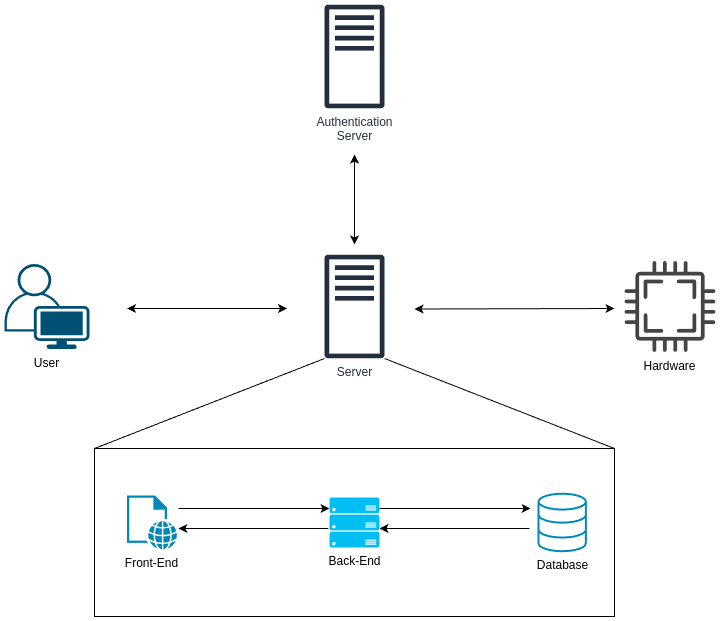
The draw.io diagram SystemInfrastracture.drawio.png in isel-remote-lab/documentation, before a commit. Source tidied: cells renumbered, new cells last; positions are measured from the earlier drawing's top-left corner, leaving out a move shared by most shapes.
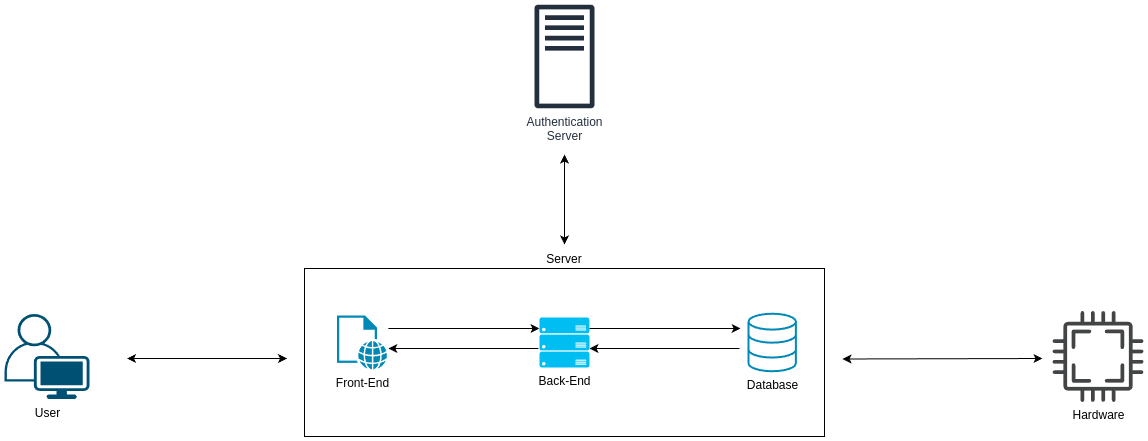
After the change.

Commit message:
Update system architecture diagram and user roles section

Change to the diagram source:
```diff
@@ -2,81 +2,83 @@
   <root>
     <mxCell id="0" />
     <mxCell id="1" parent="0" />
-    <mxCell id="2" style="endArrow=classic;startArrow=classic;html=1;rounded=0;entryX=0;entryY=0.5;entryDx=0;entryDy=0;" parent="1" edge="1">
-      <mxGeometry relative="1" as="geometry">
-        <mxPoint x="410" y="304.5" as="sourcePoint" />
-        <mxPoint x="610" y="304" as="targetPoint" />
-      </mxGeometry>
-    </mxCell>
-    <mxCell id="3" value="User" style="verticalLabelPosition=bottom;sketch=0;html=1;verticalAlign=top;align=center;shape=mxgraph.cisco19.user;fillColor=#005073;strokeColor=none;" parent="1" vertex="1">
-      <mxGeometry y="259.5" width="85" height="85" as="geometry" />
-    </mxCell>
-    <mxCell id="4" style="endArrow=classic;startArrow=classic;html=1;rounded=0;" parent="1" edge="1">
-      <mxGeometry relative="1" as="geometry">
-        <mxPoint x="122.5" y="304" as="sourcePoint" />
-        <mxPoint x="282.5" y="304" as="targetPoint" />
-      </mxGeometry>
-    </mxCell>
-    <mxCell id="5" value="Server" style="sketch=0;fontColor=#232F3E;gradientColor=none;fillColor=#232F3D;strokeColor=none;dashed=0;verticalLabelPosition=bottom;verticalAlign=top;align=center;html=1;fontSize=12;fontStyle=0;shape=mxgraph.aws4.traditional_server;" parent="1" vertex="1">
-      <mxGeometry x="320" y="250" width="60" height="104" as="geometry" />
-    </mxCell>
-    <mxCell id="6" style="endArrow=none;html=1;rounded=0;exitX=0;exitY=0;exitDx=0;exitDy=0;" parent="1" edge="1" source="8">
-      <mxGeometry relative="1" as="geometry">
-        <mxPoint x="320" y="354" as="targetPoint" />
-      </mxGeometry>
-    </mxCell>
-    <mxCell id="7" style="endArrow=none;html=1;rounded=0;exitX=1;exitY=0;exitDx=0;exitDy=0;" parent="1" edge="1" source="8">
-      <mxGeometry relative="1" as="geometry">
-        <mxPoint x="380" y="354" as="targetPoint" />
-      </mxGeometry>
-    </mxCell>
+    <mxCell id="19" style="group;" parent="1" vertex="1">
+      <mxGeometry x="90" y="214" width="520" height="168" as="geometry" />
+    </mxCell>
-    <mxCell id="8" style="whiteSpace=wrap;html=1;fillColor=none;labelPosition=center;verticalLabelPosition=top;align=center;verticalAlign=bottom;" parent="1" vertex="1">
-      <mxGeometry x="90" y="444" width="520" height="168" as="geometry" />
+    <mxCell id="8" value="Server" style="whiteSpace=wrap;html=1;fillColor=none;labelPosition=center;verticalLabelPosition=top;align=center;verticalAlign=bottom;" parent="19" vertex="1">
+      <mxGeometry width="520" height="168" as="geometry" />
     </mxCell>
+    <mxCell id="20" style="group;" parent="19" vertex="1">
+      <mxGeometry x="32.5" y="45.2" width="458.9" height="57.5" as="geometry" />
+    </mxCell>
-    <mxCell id="9" value="Back-End" style="verticalLabelPosition=bottom;html=1;verticalAlign=top;align=center;strokeColor=none;fillColor=#00BEF2;shape=mxgraph.azure.server_rack;" parent="1" vertex="1">
-      <mxGeometry x="325" y="493" width="50" height="50" as="geometry" />
+    <mxCell id="9" value="Back-End" style="verticalLabelPosition=bottom;html=1;verticalAlign=top;align=center;strokeColor=none;fillColor=#00BEF2;shape=mxgraph.azure.server_rack;" parent="20" vertex="1">
+      <mxGeometry x="202.5" y="3.8" width="50" height="50" as="geometry" />
     </mxCell>
-    <mxCell id="10" value="Database" style="html=1;verticalLabelPosition=bottom;align=center;labelBackgroundColor=#ffffff;verticalAlign=top;strokeWidth=2;strokeColor=#0089B6;shadow=0;dashed=0;shape=mxgraph.ios7.icons.data;fillColor=none;" parent="1" vertex="1">
-      <mxGeometry x="534" y="489.2" width="47.4" height="57.5" as="geometry" />
+    <mxCell id="10" value="Database" style="html=1;verticalLabelPosition=bottom;align=center;labelBackgroundColor=#ffffff;verticalAlign=top;strokeWidth=2;strokeColor=#0089B6;shadow=0;dashed=0;shape=mxgraph.ios7.icons.data;fillColor=none;" parent="20" vertex="1">
+      <mxGeometry x="411.5" width="47.4" height="57.5" as="geometry" />
     </mxCell>
-    <mxCell id="11" value="&lt;font style=&quot;color: light-dark(rgb(5, 5, 5), transparent);&quot;&gt;Front-End&lt;/font&gt;" style="sketch=0;shadow=0;dashed=0;html=1;strokeColor=none;fillColor=#0089B6;labelPosition=center;verticalLabelPosition=bottom;verticalAlign=top;align=center;shape=mxgraph.office.concepts.web_page;fontColor=#ffffff;" parent="1" vertex="1">
-      <mxGeometry x="122.5" y="491" width="50" height="54" as="geometry" />
+    <mxCell id="11" value="&lt;font style=&quot;color: light-dark(rgb(5, 5, 5), transparent);&quot;&gt;Front-End&lt;/font&gt;" style="sketch=0;shadow=0;dashed=0;html=1;strokeColor=none;fillColor=#0089B6;labelPosition=center;verticalLabelPosition=bottom;verticalAlign=top;align=center;shape=mxgraph.office.concepts.web_page;fontColor=#ffffff;" parent="20" vertex="1">
+      <mxGeometry y="1.8" width="50" height="54" as="geometry" />
     </mxCell>
-    <mxCell id="12" style="endArrow=classic;html=1;" parent="1" edge="1">
+    <mxCell id="12" style="endArrow=classic;html=1;" parent="20" edge="1">
       <mxGeometry relative="1" as="geometry">
-        <mxPoint x="173.9" y="504" as="sourcePoint" />
-        <mxPoint x="325" y="504" as="targetPoint" />
+        <mxPoint x="51.4" y="14.8" as="sourcePoint" />
+        <mxPoint x="202.5" y="14.8" as="targetPoint" />
       </mxGeometry>
     </mxCell>
-    <mxCell id="13" style="endArrow=classic;html=1;rounded=0;" parent="1" edge="1">
+    <mxCell id="13" style="endArrow=classic;html=1;rounded=0;" parent="20" edge="1">
       <mxGeometry relative="1" as="geometry">
-        <mxPoint x="323.9" y="524" as="sourcePoint" />
-        <mxPoint x="173.9" y="524" as="targetPoint" />
+        <mxPoint x="201.4" y="34.8" as="sourcePoint" />
+        <mxPoint x="51.4" y="34.8" as="targetPoint" />
       </mxGeometry>
     </mxCell>
-    <mxCell id="14" style="endArrow=classic;html=1;" parent="1" edge="1">
+    <mxCell id="14" style="endArrow=classic;html=1;" parent="20" edge="1">
       <mxGeometry relative="1" as="geometry">
-        <mxPoint x="375" y="504" as="sourcePoint" />
-        <mxPoint x="526.1" y="504" as="targetPoint" />
+        <mxPoint x="252.5" y="14.8" as="sourcePoint" />
+        <mxPoint x="403.6" y="14.8" as="targetPoint" />
       </mxGeometry>
     </mxCell>
-    <mxCell id="15" style="endArrow=classic;html=1;rounded=0;" parent="1" edge="1">
+    <mxCell id="15" style="endArrow=classic;html=1;rounded=0;" parent="20" edge="1">
       <mxGeometry relative="1" as="geometry">
-        <mxPoint x="525" y="524" as="sourcePoint" />
-        <mxPoint x="375" y="524" as="targetPoint" />
+        <mxPoint x="402.5" y="34.8" as="sourcePoint" />
+        <mxPoint x="252.5" y="34.8" as="targetPoint" />
       </mxGeometry>
     </mxCell>
+    <mxCell id="21" style="group;" parent="1" vertex="1">
+      <mxGeometry x="-210" y="259.5" width="282.5" height="85" as="geometry" />
+    </mxCell>
+    <mxCell id="3" value="User" style="verticalLabelPosition=bottom;sketch=0;html=1;verticalAlign=top;align=center;shape=mxgraph.cisco19.user;fillColor=#005073;strokeColor=none;" parent="21" vertex="1">
+      <mxGeometry width="85" height="85" as="geometry" />
+    </mxCell>
+    <mxCell id="4" style="endArrow=classic;startArrow=classic;html=1;rounded=0;" parent="21" edge="1">
+      <mxGeometry relative="1" as="geometry">
+        <mxPoint x="122.5" y="44.5" as="sourcePoint" />
+        <mxPoint x="282.5" y="44.5" as="targetPoint" />
+      </mxGeometry>
+    </mxCell>
+    <mxCell id="22" style="group;" parent="1" vertex="1">
+      <mxGeometry x="320" y="-50" width="60" height="240" as="geometry" />
+    </mxCell>
-    <mxCell id="16" value="Authentication&lt;div&gt;Server&lt;/div&gt;" style="sketch=0;fontColor=#232F3E;gradientColor=none;fillColor=#232F3D;strokeColor=none;dashed=0;verticalLabelPosition=bottom;verticalAlign=top;align=center;html=1;fontSize=12;fontStyle=0;shape=mxgraph.aws4.traditional_server;" parent="1" vertex="1">
-      <mxGeometry x="320" width="60" height="104" as="geometry" />
+    <mxCell id="16" value="Authentication&lt;div&gt;Server&lt;/div&gt;" style="sketch=0;fontColor=#232F3E;gradientColor=none;fillColor=#232F3D;strokeColor=none;dashed=0;verticalLabelPosition=bottom;verticalAlign=top;align=center;html=1;fontSize=12;fontStyle=0;shape=mxgraph.aws4.traditional_server;" parent="22" vertex="1">
+      <mxGeometry width="60" height="104" as="geometry" />
     </mxCell>
-    <mxCell id="17" style="endArrow=classic;startArrow=classic;html=1;rounded=0;" parent="1" edge="1">
+    <mxCell id="17" style="endArrow=classic;startArrow=classic;html=1;rounded=0;" parent="22" edge="1">
       <mxGeometry relative="1" as="geometry">
-        <mxPoint x="350" y="240" as="sourcePoint" />
-        <mxPoint x="350" y="150" as="targetPoint" />
+        <mxPoint x="30" y="240" as="sourcePoint" />
+        <mxPoint x="30" y="150" as="targetPoint" />
       </mxGeometry>
     </mxCell>
+    <mxCell id="23" style="group;" parent="1" vertex="1">
+      <mxGeometry x="628" y="256.5" width="301" height="91" as="geometry" />
+    </mxCell>
+    <mxCell id="2" style="endArrow=classic;startArrow=classic;html=1;rounded=0;entryX=0;entryY=0.5;entryDx=0;entryDy=0;" parent="23" edge="1">
+      <mxGeometry relative="1" as="geometry">
+        <mxPoint y="48" as="sourcePoint" />
+        <mxPoint x="200" y="47.5" as="targetPoint" />
+      </mxGeometry>
+    </mxCell>
-    <mxCell id="18" value="Hardware" style="sketch=0;shadow=0;dashed=0;html=1;strokeColor=none;fillColor=#434445;labelPosition=center;verticalLabelPosition=bottom;verticalAlign=top;align=center;shape=mxgraph.vvd.cpu;" parent="1" vertex="1">
-      <mxGeometry x="620" y="256.5" width="91" height="91" as="geometry" />
+    <mxCell id="18" value="Hardware" style="sketch=0;shadow=0;dashed=0;html=1;strokeColor=none;fillColor=#434445;labelPosition=center;verticalLabelPosition=bottom;verticalAlign=top;align=center;shape=mxgraph.vvd.cpu;" parent="23" vertex="1">
+      <mxGeometry x="210" width="91" height="91" as="geometry" />
     </mxCell>
   </root>
 </mxGraphModel>
```
